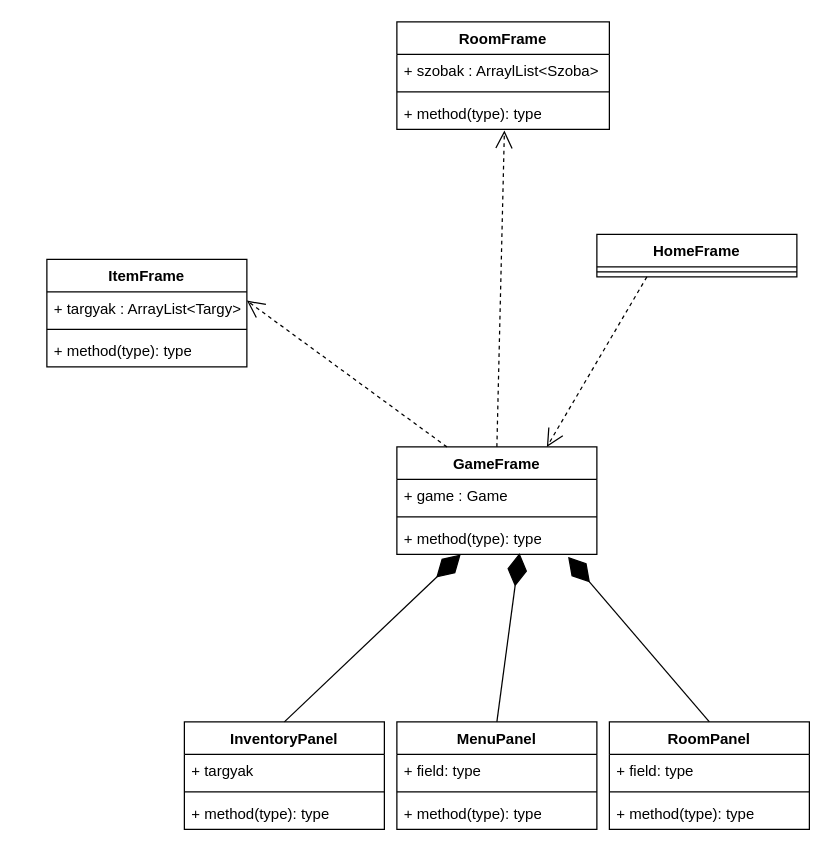
TarsolyLevente/projlab_pupakok keeps this draw.io diagram as Docs/Grafikus_UML.drawio. Above is the earlier version. Source tidied: cells renumbered, new cells numbered last; positions are measured from the earlier drawing's top-left corner, leaving out a move shared by most shapes. Both pictures are drawn from the tidied source at 125%, with x=0, y=0 at pixel (46, 21).
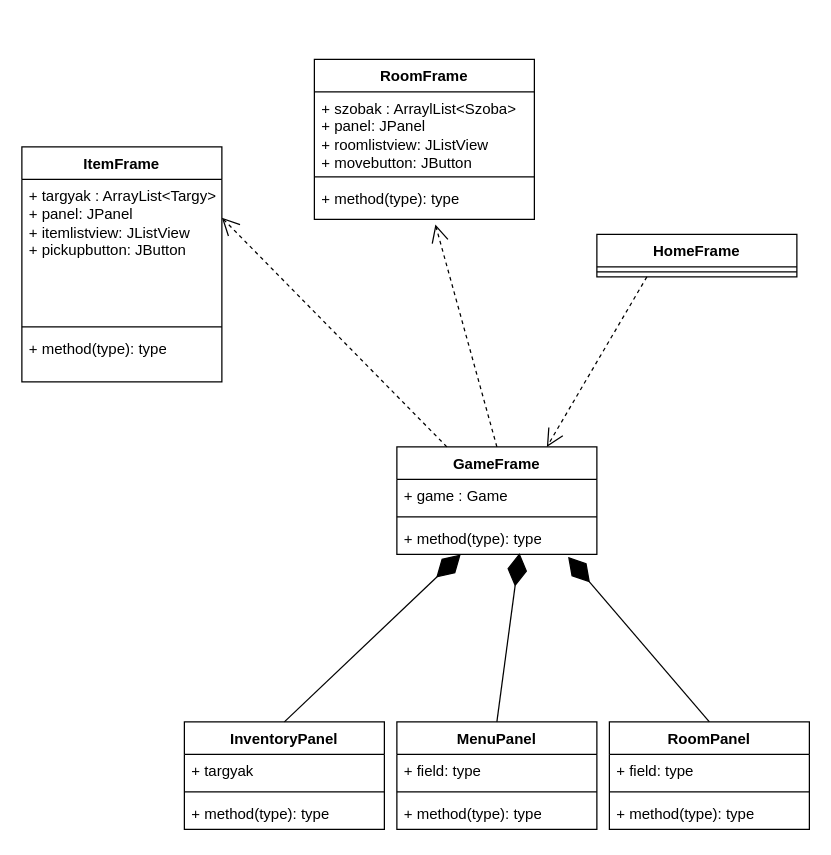
Above is the later version.

Commit message:
Grafikus uml diagramm szerkesztese

The change refers to these unchanged cells:
```xml
<mxCell id="4" value="GameFrame" style="swimlane;fontStyle=1;align=center;verticalAlign=top;horizontal=1;startSize=26;whiteSpace=wrap;html=1;" parent="1" vertex="1">
  <mxGeometry x="280" y="340" width="160" height="86" as="geometry" />
</mxCell>
```

What changed in the source:
```diff
@@
     <mxCell id="8" value="RoomFrame" style="swimlane;fontStyle=1;align=center;verticalAlign=top;horizontal=1;startSize=26;whiteSpace=wrap;html=1;" parent="1" vertex="1">
-      <mxGeometry x="280" width="170" height="86" as="geometry" />
+      <mxGeometry x="214" y="30" width="176" height="128" as="geometry" />
     </mxCell>
-    <mxCell id="9" value="+ szobak : ArraylList&amp;lt;Szoba&amp;gt;" style="text;strokeColor=none;fillColor=none;align=left;verticalAlign=top;spacingLeft=4;spacingRight=4;overflow=hidden;whiteSpace=wrap;html=1;" parent="8" vertex="1">
-      <mxGeometry y="26" width="170" height="26" as="geometry" />
+    <mxCell id="9" value="&lt;div&gt;+ szobak : ArraylList&amp;lt;Szoba&amp;gt;&lt;/div&gt;&lt;div&gt;+ panel: JPanel&lt;/div&gt;&lt;div&gt;+ roomlistview: JListView&lt;/div&gt;&lt;div&gt;+ movebutton: JButton&lt;/div&gt;" style="text;strokeColor=none;fillColor=none;align=left;verticalAlign=top;spacingLeft=4;spacingRight=4;overflow=hidden;whiteSpace=wrap;html=1;" parent="8" vertex="1">
+      <mxGeometry y="26" width="176" height="64" as="geometry" />
     </mxCell>
     <mxCell id="10" style="line;strokeWidth=1;fillColor=none;align=left;verticalAlign=middle;spacingTop=-1;spacingLeft=3;spacingRight=3;labelPosition=right;strokeColor=inherit;" parent="8" vertex="1">
-      <mxGeometry y="52" width="170" height="8" as="geometry" />
+      <mxGeometry y="90" width="176" height="8" as="geometry" />
     </mxCell>
     <mxCell id="11" value="+ method(type): type" style="text;strokeColor=none;fillColor=none;align=left;verticalAlign=top;spacingLeft=4;spacingRight=4;overflow=hidden;points=[[0,0.5],[1,0.5]];portConstraint=eastwest;whiteSpace=wrap;html=1;" parent="8" vertex="1">
-      <mxGeometry y="60" width="170" height="26" as="geometry" />
+      <mxGeometry y="98" width="176" height="30" as="geometry" />
     </mxCell>
     <mxCell id="12" value="ItemFrame" style="swimlane;fontStyle=1;align=center;verticalAlign=top;horizontal=1;startSize=26;whiteSpace=wrap;html=1;" parent="1" vertex="1">
-      <mxGeometry y="190" width="160" height="86" as="geometry" />
+      <mxGeometry x="-20" y="100" width="160" height="188" as="geometry" />
     </mxCell>
-    <mxCell id="13" value="+ targyak : ArrayList&amp;lt;Targy&amp;gt;" style="text;strokeColor=none;fillColor=none;align=left;verticalAlign=top;spacingLeft=4;spacingRight=4;overflow=hidden;points=[[0,0.5],[1,0.5]];portConstraint=eastwest;whiteSpace=wrap;html=1;" parent="12" vertex="1">
-      <mxGeometry y="26" width="160" height="26" as="geometry" />
+    <mxCell id="13" value="&lt;div&gt;+ targyak : ArrayList&amp;lt;Targy&amp;gt;&lt;/div&gt;&lt;div&gt;+ panel: JPanel&lt;/div&gt;&lt;div&gt;+ itemlistview: JListView&lt;/div&gt;&lt;div&gt;+ pickupbutton: JButton&lt;br&gt;&lt;/div&gt;" style="text;strokeColor=none;fillColor=none;align=left;verticalAlign=top;spacingLeft=4;spacingRight=4;overflow=hidden;points=[[0,0.5],[1,0.5]];portConstraint=eastwest;whiteSpace=wrap;html=1;" parent="12" vertex="1">
+      <mxGeometry y="26" width="160" height="114" as="geometry" />
     </mxCell>
     <mxCell id="14" style="line;strokeWidth=1;fillColor=none;align=left;verticalAlign=middle;spacingTop=-1;spacingLeft=3;spacingRight=3;labelPosition=right;strokeColor=inherit;" parent="12" vertex="1">
-      <mxGeometry y="52" width="160" height="8" as="geometry" />
+      <mxGeometry y="140" width="160" height="8" as="geometry" />
     </mxCell>
     <mxCell id="15" value="+ method(type): type" style="text;strokeColor=none;fillColor=none;align=left;verticalAlign=top;spacingLeft=4;spacingRight=4;overflow=hidden;whiteSpace=wrap;html=1;" parent="12" vertex="1">
-      <mxGeometry y="60" width="160" height="26" as="geometry" />
+      <mxGeometry y="148" width="160" height="40" as="geometry" />
     </mxCell>
@@
-    <mxCell id="32" style="endArrow=open;endSize=12;dashed=1;html=1;rounded=0;exitX=0.5;exitY=0;exitDx=0;exitDy=0;entryX=0.506;entryY=1.038;entryDx=0;entryDy=0;entryPerimeter=0;" parent="1" edge="1" source="4" target="11">
+    <mxCell id="32" style="endArrow=open;endSize=12;dashed=1;html=1;rounded=0;exitX=0.5;exitY=0;exitDx=0;exitDy=0;entryX=0.55;entryY=1.136;entryDx=0;entryDy=0;entryPerimeter=0;" parent="1" edge="1" source="4" target="11">
       <mxGeometry relative="1" as="geometry" />
     </mxCell>
```
